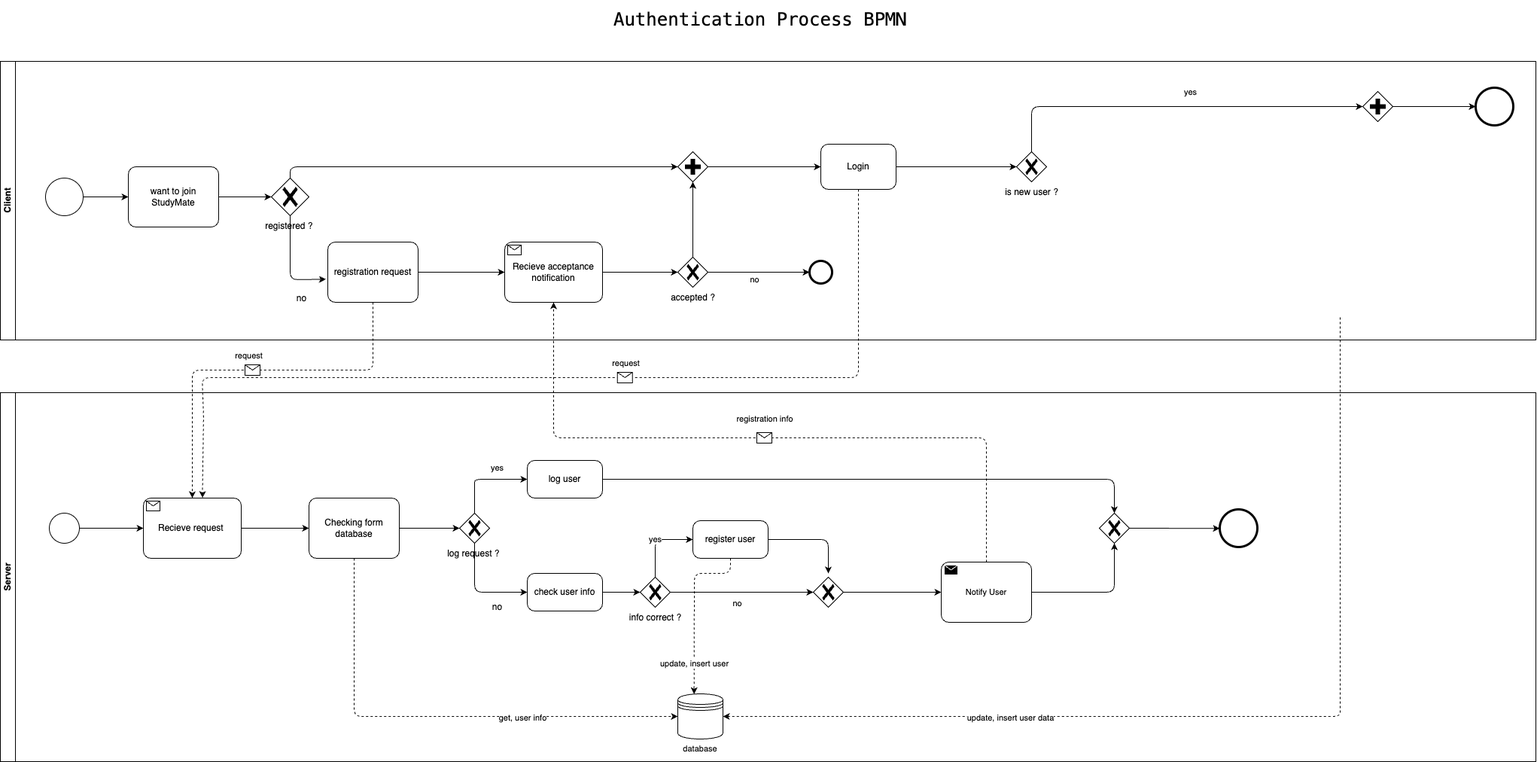
Before: v2.Auth_BPMN.drawio.png, a diagram exported from draw.io (thanatat64/CEPP-BPMN). Source tidied: cells renumbered, new cells last; positions are measured from the earlier drawing's top-left corner, leaving out a move shared by most shapes.
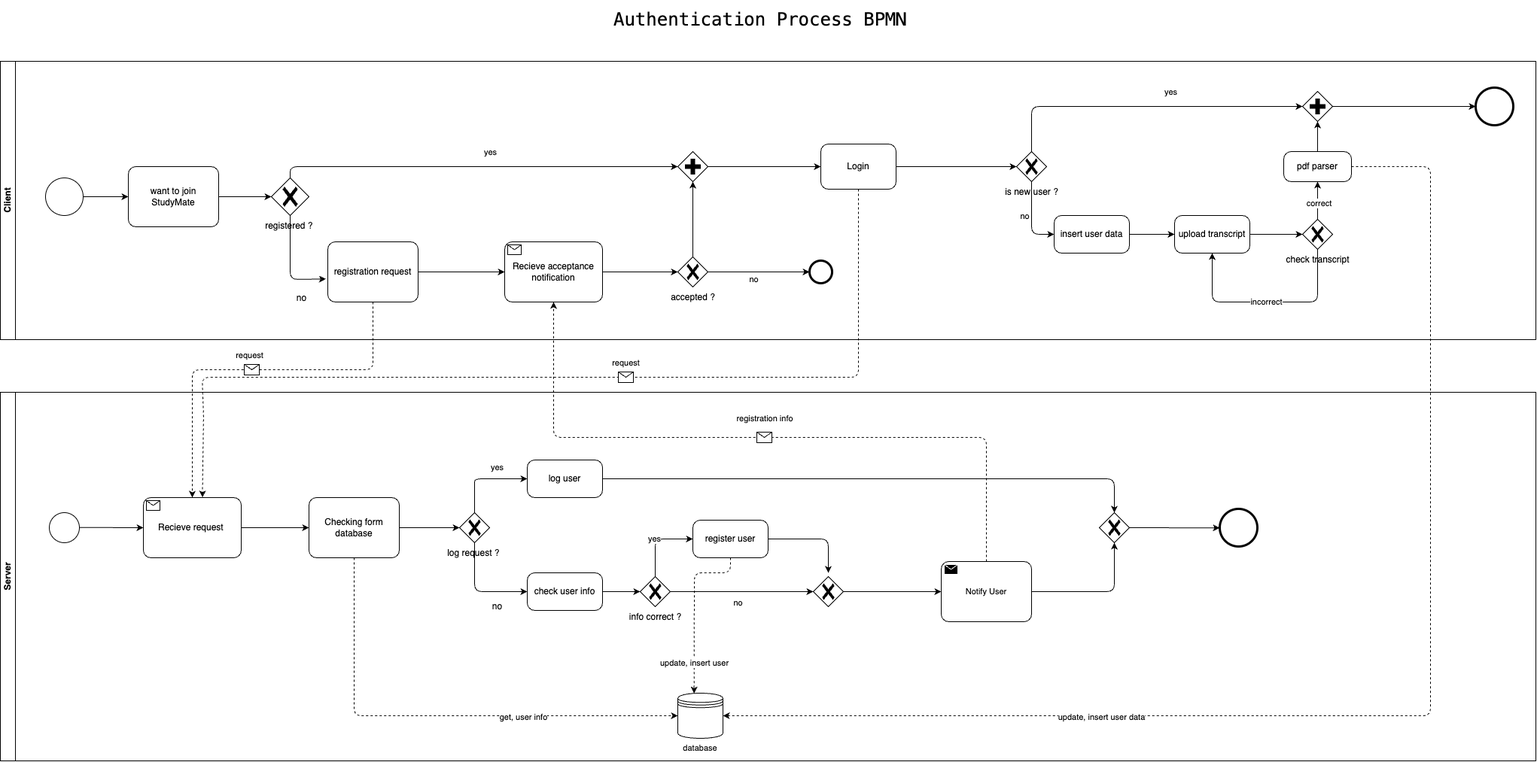
Above is the later version.

What changed in the source:
```diff
@@ -177,6 +177,11 @@
         </Array>
       </mxGeometry>
     </mxCell>
+    <mxCell id="72" value="yes" style="edgeLabel;html=1;align=center;verticalAlign=middle;" parent="44" vertex="1">
+      <mxGeometry x="0.08" relative="1" as="geometry">
+        <mxPoint x="-5" y="-20" as="offset" />
+      </mxGeometry>
+    </mxCell>
     <mxCell id="45" value="registered ?&amp;nbsp;" style="points=[[0.25,0.25,0],[0.5,0,0],[0.75,0.25,0],[1,0.5,0],[0.75,0.75,0],[0.5,1,0],[0.25,0.75,0],[0,0.5,0]];shape=mxgraph.bpmn.gateway2;html=1;verticalLabelPosition=bottom;verticalAlign=top;align=center;perimeter=rhombusPerimeter;outlineConnect=0;outline=none;symbol=none;gwType=exclusive;" parent="33" vertex="1">
       <mxGeometry x="360" y="155" width="50" height="50" as="geometry" />
     </mxCell>
@@ -211,6 +216,18 @@
     <mxCell id="54" style="points=[[0.25,0.25,0],[0.5,0,0],[0.75,0.25,0],[1,0.5,0],[0.75,0.75,0],[0.5,1,0],[0.25,0.75,0],[0,0.5,0]];shape=mxgraph.bpmn.gateway2;html=1;verticalLabelPosition=bottom;labelBackgroundColor=#ffffff;verticalAlign=top;align=center;perimeter=rhombusPerimeter;outlineConnect=0;outline=none;symbol=none;gwType=parallel;" parent="33" vertex="1">
       <mxGeometry x="900" y="120" width="40" height="40" as="geometry" />
     </mxCell>
+    <mxCell id="73" style="edgeStyle=none;html=1;exitX=0.5;exitY=1;exitDx=0;exitDy=0;exitPerimeter=0;entryX=0;entryY=0.5;entryDx=0;entryDy=0;entryPerimeter=0;" parent="33" edge="1" source="55" target="84">
+      <mxGeometry relative="1" as="geometry">
+        <Array as="points">
+          <mxPoint x="1370" y="230" />
+        </Array>
+      </mxGeometry>
+    </mxCell>
+    <mxCell id="74" value="no" style="edgeLabel;html=1;align=center;verticalAlign=middle;" parent="73" vertex="1">
+      <mxGeometry x="-0.07" y="-2" relative="1" as="geometry">
+        <mxPoint x="-8" y="-2" as="offset" />
+      </mxGeometry>
+    </mxCell>
     <mxCell id="55" value="is new user ?" style="points=[[0.25,0.25,0],[0.5,0,0],[0.75,0.25,0],[1,0.5,0],[0.75,0.75,0],[0.5,1,0],[0.25,0.75,0],[0,0.5,0]];shape=mxgraph.bpmn.gateway2;html=1;verticalLabelPosition=bottom;verticalAlign=top;align=center;perimeter=rhombusPerimeter;outlineConnect=0;outline=none;symbol=none;gwType=exclusive;" parent="33" vertex="1">
       <mxGeometry x="1350" y="120" width="40" height="40" as="geometry" />
     </mxCell>
@@ -218,7 +235,7 @@
       <mxGeometry relative="1" as="geometry" />
     </mxCell>
     <mxCell id="57" style="points=[[0.25,0.25,0],[0.5,0,0],[0.75,0.25,0],[1,0.5,0],[0.75,0.75,0],[0.5,1,0],[0.25,0.75,0],[0,0.5,0]];shape=mxgraph.bpmn.gateway2;html=1;verticalLabelPosition=bottom;labelBackgroundColor=#ffffff;verticalAlign=top;align=center;perimeter=rhombusPerimeter;outlineConnect=0;outline=none;symbol=none;gwType=parallel;" parent="33" vertex="1">
-      <mxGeometry x="1810" y="40" width="40" height="40" as="geometry" />
+      <mxGeometry x="1730" y="40" width="40" height="40" as="geometry" />
     </mxCell>
     <mxCell id="58" style="edgeStyle=none;html=1;exitX=0.5;exitY=0;exitDx=0;exitDy=0;exitPerimeter=0;entryX=0;entryY=0.5;entryDx=0;entryDy=0;entryPerimeter=0;" parent="33" edge="1" source="55" target="57">
       <mxGeometry relative="1" as="geometry">
@@ -232,6 +249,41 @@
         <mxPoint x="110" y="-18" as="offset" />
       </mxGeometry>
     </mxCell>
+    <mxCell id="75" value="upload transcript" style="points=[[0.25,0,0],[0.5,0,0],[0.75,0,0],[1,0.25,0],[1,0.5,0],[1,0.75,0],[0.75,1,0],[0.5,1,0],[0.25,1,0],[0,0.75,0],[0,0.5,0],[0,0.25,0]];shape=mxgraph.bpmn.task;whiteSpace=wrap;rectStyle=rounded;size=10;html=1;taskMarker=abstract;" parent="33" vertex="1">
+      <mxGeometry x="1560" y="205" width="100" height="50" as="geometry" />
+    </mxCell>
+    <mxCell id="76" value="incorrect" style="edgeStyle=none;shape=connector;rounded=1;html=1;entryX=0.5;entryY=1;entryDx=0;entryDy=0;entryPerimeter=0;labelBackgroundColor=default;strokeColor=default;fontFamily=Helvetica;fontSize=11;fontColor=default;endArrow=classic;" parent="33" edge="1" source="79" target="75">
+      <mxGeometry relative="1" as="geometry">
+        <Array as="points">
+          <mxPoint x="1750" y="320" />
+          <mxPoint x="1610" y="320" />
+        </Array>
+      </mxGeometry>
+    </mxCell>
+    <mxCell id="77" style="edgeStyle=none;shape=connector;rounded=1;html=1;exitX=0.5;exitY=0;exitDx=0;exitDy=0;exitPerimeter=0;labelBackgroundColor=default;strokeColor=default;fontFamily=Helvetica;fontSize=11;fontColor=default;endArrow=classic;entryX=0.5;entryY=1;entryDx=0;entryDy=0;entryPerimeter=0;" parent="33" edge="1" source="79" target="82">
+      <mxGeometry relative="1" as="geometry" />
+    </mxCell>
+    <mxCell id="78" value="correct" style="edgeLabel;html=1;align=center;verticalAlign=middle;fontSize=11;fontFamily=Helvetica;fontColor=default;" parent="77" vertex="1">
+      <mxGeometry x="-0.13" y="-1" relative="1" as="geometry" />
+    </mxCell>
+    <mxCell id="79" value="check transcript" style="points=[[0.25,0.25,0],[0.5,0,0],[0.75,0.25,0],[1,0.5,0],[0.75,0.75,0],[0.5,1,0],[0.25,0.75,0],[0,0.5,0]];shape=mxgraph.bpmn.gateway2;html=1;verticalLabelPosition=bottom;verticalAlign=top;align=center;perimeter=rhombusPerimeter;outlineConnect=0;outline=none;symbol=none;gwType=exclusive;" parent="33" vertex="1">
+      <mxGeometry x="1730" y="210" width="40" height="40" as="geometry" />
+    </mxCell>
+    <mxCell id="80" style="edgeStyle=none;shape=connector;rounded=1;html=1;exitX=1;exitY=0.5;exitDx=0;exitDy=0;exitPerimeter=0;entryX=0;entryY=0.5;entryDx=0;entryDy=0;entryPerimeter=0;labelBackgroundColor=default;strokeColor=default;fontFamily=Helvetica;fontSize=11;fontColor=default;endArrow=classic;" parent="33" edge="1" source="75" target="79">
+      <mxGeometry relative="1" as="geometry" />
+    </mxCell>
+    <mxCell id="81" style="edgeStyle=none;html=1;exitX=0.5;exitY=0;exitDx=0;exitDy=0;exitPerimeter=0;entryX=0.5;entryY=1;entryDx=0;entryDy=0;entryPerimeter=0;" parent="33" edge="1" source="82" target="57">
+      <mxGeometry relative="1" as="geometry" />
+    </mxCell>
+    <mxCell id="82" value="pdf parser" style="points=[[0.25,0,0],[0.5,0,0],[0.75,0,0],[1,0.25,0],[1,0.5,0],[1,0.75,0],[0.75,1,0],[0.5,1,0],[0.25,1,0],[0,0.75,0],[0,0.5,0],[0,0.25,0]];shape=mxgraph.bpmn.task;whiteSpace=wrap;rectStyle=rounded;size=10;html=1;taskMarker=abstract;" parent="33" vertex="1">
+      <mxGeometry x="1705" y="120" width="90" height="40" as="geometry" />
+    </mxCell>
+    <mxCell id="83" style="edgeStyle=none;html=1;exitX=1;exitY=0.5;exitDx=0;exitDy=0;exitPerimeter=0;entryX=0;entryY=0.5;entryDx=0;entryDy=0;entryPerimeter=0;" parent="33" edge="1" source="84" target="75">
+      <mxGeometry relative="1" as="geometry" />
+    </mxCell>
+    <mxCell id="84" value="insert user data" style="points=[[0.25,0,0],[0.5,0,0],[0.75,0,0],[1,0.25,0],[1,0.5,0],[1,0.75,0],[0.75,1,0],[0.5,1,0],[0.25,1,0],[0,0.75,0],[0,0.5,0],[0,0.25,0]];shape=mxgraph.bpmn.task;whiteSpace=wrap;rectStyle=rounded;size=10;html=1;taskMarker=abstract;" parent="33" vertex="1">
+      <mxGeometry x="1400" y="205" width="100" height="50" as="geometry" />
+    </mxCell>
     <mxCell id="60" style="endArrow=classic;html=1;rounded=1;dashed=1;labelBackgroundColor=default;strokeColor=default;fontFamily=Helvetica;fontSize=11;fontColor=default;shape=connector;exitX=0.5;exitY=1;exitDx=0;exitDy=0;exitPerimeter=0;entryX=0.5;entryY=0;entryDx=0;entryDy=0;entryPerimeter=0;" parent="1" edge="1" source="39" target="7">
       <mxGeometry relative="1" as="geometry">
         <Array as="points">
@@ -298,11 +350,11 @@
         <mxPoint x="-10" y="-7" as="offset" />
       </mxGeometry>
     </mxCell>
-    <mxCell id="70" style="edgeStyle=none;shape=connector;rounded=1;html=1;entryX=1;entryY=0.5;entryDx=0;entryDy=0;labelBackgroundColor=default;strokeColor=default;fontFamily=Helvetica;fontSize=11;fontColor=default;startArrow=none;startFill=0;endArrow=classic;dashed=1;" parent="1" edge="1" target="21">
+    <mxCell id="70" style="edgeStyle=none;shape=connector;rounded=1;html=1;entryX=1;entryY=0.5;entryDx=0;entryDy=0;labelBackgroundColor=default;strokeColor=default;fontFamily=Helvetica;fontSize=11;fontColor=default;startArrow=none;startFill=0;endArrow=classic;dashed=1;exitX=1;exitY=0.5;exitDx=0;exitDy=0;exitPerimeter=0;" parent="1" edge="1" source="82" target="21">
       <mxGeometry relative="1" as="geometry">
-        <mxPoint x="1780" y="410" as="sourcePoint" />
         <Array as="points">
-          <mxPoint x="1780" y="920" />
+          <mxPoint x="1900" y="210" />
+          <mxPoint x="1900" y="940" />
           <mxPoint x="1780" y="940" />
         </Array>
       </mxGeometry>
```
